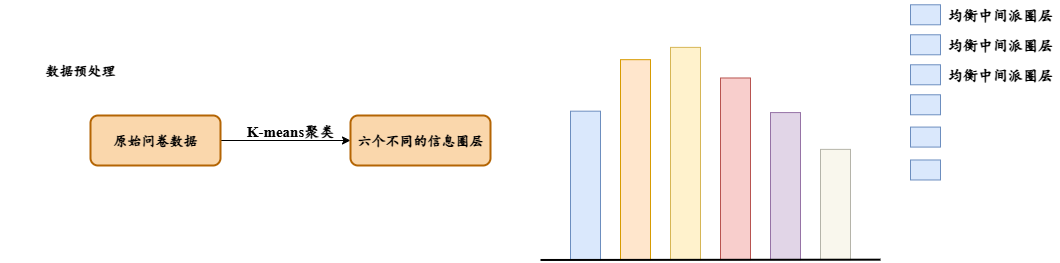
Before: data_process.drawio.png, a diagram exported from draw.io (GUMrkai/FairAgent). Source tidied: cells renumbered, new cells last; positions are measured from the earlier drawing's top-left corner, leaving out a move shared by most shapes.
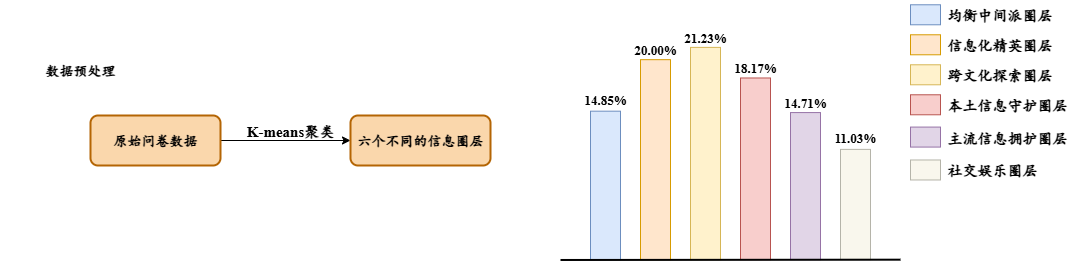
The same diagram one commit later.

The edit, as a diff of the source:
```diff
@@ -18,55 +18,82 @@
       <mxGeometry x="230" y="116" width="120" height="30" as="geometry" />
     </mxCell>
     <mxCell id="7" style="rounded=0;whiteSpace=wrap;html=1;fillColor=#dae8fc;strokeColor=#6c8ebf;" parent="1" vertex="1">
-      <mxGeometry x="570" y="111.7" width="30" height="148.5" as="geometry" />
+      <mxGeometry x="590" y="111.7" width="30" height="148.5" as="geometry" />
     </mxCell>
     <mxCell id="8" style="rounded=0;whiteSpace=wrap;html=1;fillColor=#ffe6cc;strokeColor=#d79b00;" parent="1" vertex="1">
-      <mxGeometry x="620" y="60.2" width="30" height="200" as="geometry" />
+      <mxGeometry x="640" y="60.2" width="30" height="200" as="geometry" />
     </mxCell>
     <mxCell id="9" style="rounded=0;whiteSpace=wrap;html=1;fillColor=#fff2cc;strokeColor=#d6b656;" parent="1" vertex="1">
-      <mxGeometry x="670" y="47.9" width="30" height="212.3" as="geometry" />
+      <mxGeometry x="690" y="47.9" width="30" height="212.3" as="geometry" />
     </mxCell>
     <mxCell id="10" style="rounded=0;whiteSpace=wrap;html=1;fillColor=#f8cecc;strokeColor=#b85450;" parent="1" vertex="1">
-      <mxGeometry x="720" y="78.5" width="30" height="181.7" as="geometry" />
+      <mxGeometry x="740" y="78.5" width="30" height="181.7" as="geometry" />
     </mxCell>
     <mxCell id="11" style="rounded=0;whiteSpace=wrap;html=1;fillColor=#e1d5e7;strokeColor=#9673a6;" parent="1" vertex="1">
-      <mxGeometry x="770" y="113.1" width="30" height="147.1" as="geometry" />
+      <mxGeometry x="790" y="113.1" width="30" height="147.1" as="geometry" />
     </mxCell>
     <mxCell id="12" style="rounded=0;whiteSpace=wrap;html=1;fillColor=#f9f7ed;strokeColor=#B5B4A9;" parent="1" vertex="1">
-      <mxGeometry x="820" y="149.9" width="30" height="110.3" as="geometry" />
+      <mxGeometry x="840" y="149.9" width="30" height="110.3" as="geometry" />
     </mxCell>
     <mxCell id="13" style="endArrow=none;html=1;rounded=1;curved=0;strokeWidth=2;" parent="1" edge="1">
       <mxGeometry relative="1" as="geometry">
-        <mxPoint x="540" y="260.5" as="sourcePoint" />
-        <mxPoint x="880" y="260.2" as="targetPoint" />
+        <mxPoint x="560" y="260.5" as="sourcePoint" />
+        <mxPoint x="900" y="260.2" as="targetPoint" />
       </mxGeometry>
     </mxCell>
-    <mxCell id="14" style="rounded=0;whiteSpace=wrap;html=1;fillColor=#dae8fc;strokeColor=#6c8ebf;" parent="1" vertex="1">
+    <mxCell id="14" style="rounded=0;whiteSpace=wrap;html=1;fillColor=#F8CECC;strokeColor=#B85450;" parent="1" vertex="1">
       <mxGeometry x="910" y="95.3" width="30" height="20" as="geometry" />
     </mxCell>
-    <mxCell id="15" style="rounded=0;whiteSpace=wrap;html=1;fillColor=#dae8fc;strokeColor=#6c8ebf;" parent="1" vertex="1">
+    <mxCell id="15" style="rounded=0;whiteSpace=wrap;html=1;fillColor=#E1D5E7;strokeColor=#9673A6;" parent="1" vertex="1">
       <mxGeometry x="910" y="127.6" width="30" height="20" as="geometry" />
     </mxCell>
-    <mxCell id="16" style="rounded=0;whiteSpace=wrap;html=1;fillColor=#dae8fc;strokeColor=#6c8ebf;" parent="1" vertex="1">
+    <mxCell id="16" style="rounded=0;whiteSpace=wrap;html=1;fillColor=#F9F7ED;strokeColor=#B5B4A9;" parent="1" vertex="1">
       <mxGeometry x="910" y="160.5" width="30" height="20" as="geometry" />
     </mxCell>
-    <mxCell id="17" style="rounded=0;whiteSpace=wrap;html=1;fillColor=#dae8fc;strokeColor=#6c8ebf;" parent="1" vertex="1">
+    <mxCell id="17" style="rounded=0;whiteSpace=wrap;html=1;fillColor=#FFF2CC;strokeColor=#D6B656;" parent="1" vertex="1">
       <mxGeometry x="910" y="65.3" width="30" height="20" as="geometry" />
     </mxCell>
-    <mxCell id="18" style="rounded=0;whiteSpace=wrap;html=1;fillColor=#dae8fc;strokeColor=#6c8ebf;" parent="1" vertex="1">
+    <mxCell id="18" style="rounded=0;whiteSpace=wrap;html=1;fillColor=#FFE6CC;strokeColor=#D79B00;" parent="1" vertex="1">
       <mxGeometry x="910" y="35.3" width="30" height="20" as="geometry" />
     </mxCell>
     <mxCell id="19" style="rounded=0;whiteSpace=wrap;html=1;fillColor=#dae8fc;strokeColor=#6c8ebf;" parent="1" vertex="1">
       <mxGeometry x="910" y="5.3" width="30" height="20" as="geometry" />
     </mxCell>
-    <mxCell id="20" value="均衡中间派圈层" style="text;html=1;align=center;verticalAlign=middle;whiteSpace=wrap;rounded=0;fontFamily=楷体;fontStyle=1;fontSize=15;" parent="1" vertex="1">
-      <mxGeometry x="940" y="0.3" width="120" height="30" as="geometry" />
+    <mxCell id="20" value="均衡中间派圈层" style="text;html=1;align=left;verticalAlign=middle;whiteSpace=wrap;rounded=0;fontFamily=楷体;fontStyle=1;fontSize=15;" parent="1" vertex="1">
+      <mxGeometry x="945" y="0.3" width="120" height="30" as="geometry" />
     </mxCell>
-    <mxCell id="21" value="均衡中间派圈层" style="text;html=1;align=center;verticalAlign=middle;whiteSpace=wrap;rounded=0;fontFamily=楷体;fontStyle=1;fontSize=15;" parent="1" vertex="1">
-      <mxGeometry x="940" y="30.3" width="120" height="30" as="geometry" />
+    <mxCell id="21" value="信息化精英圈层" style="text;html=1;align=left;verticalAlign=middle;whiteSpace=wrap;rounded=0;fontFamily=楷体;fontStyle=1;fontSize=15;" parent="1" vertex="1">
+      <mxGeometry x="945" y="30.2" width="120" height="30" as="geometry" />
     </mxCell>
-    <mxCell id="22" value="均衡中间派圈层" style="text;html=1;align=center;verticalAlign=middle;whiteSpace=wrap;rounded=0;fontFamily=楷体;fontStyle=1;fontSize=15;" parent="1" vertex="1">
-      <mxGeometry x="940" y="60.3" width="120" height="30" as="geometry" />
+    <mxCell id="22" value="跨文化探索圈层" style="text;html=1;align=left;verticalAlign=middle;whiteSpace=wrap;rounded=0;fontFamily=楷体;fontStyle=1;fontSize=15;" parent="1" vertex="1">
+      <mxGeometry x="945" y="60.3" width="120" height="30" as="geometry" />
     </mxCell>
+    <mxCell id="23" value="本土信息守护圈层" style="text;html=1;align=left;verticalAlign=middle;whiteSpace=wrap;rounded=0;fontFamily=楷体;fontStyle=1;fontSize=15;" parent="1" vertex="1">
+      <mxGeometry x="945" y="90.3" width="130" height="30" as="geometry" />
+    </mxCell>
+    <mxCell id="24" value="主流信息拥护圈层" style="text;html=1;align=left;verticalAlign=middle;whiteSpace=wrap;rounded=0;fontFamily=楷体;fontStyle=1;fontSize=15;" parent="1" vertex="1">
+      <mxGeometry x="945" y="122.6" width="130" height="30" as="geometry" />
+    </mxCell>
+    <mxCell id="25" value="社交娱乐圈层" style="text;html=1;align=left;verticalAlign=middle;whiteSpace=wrap;rounded=0;fontFamily=楷体;fontStyle=1;fontSize=15;" parent="1" vertex="1">
+      <mxGeometry x="945" y="155.5" width="120" height="30" as="geometry" />
+    </mxCell>
+    <mxCell id="26" value="&lt;font face=&quot;Times New Roman&quot;&gt;14.85%&lt;/font&gt;" style="text;html=1;align=center;verticalAlign=middle;whiteSpace=wrap;rounded=0;fontFamily=楷体;fontStyle=1;fontSize=13;" parent="1" vertex="1">
+      <mxGeometry x="580" y="90.3" width="50" height="20" as="geometry" />
+    </mxCell>
+    <mxCell id="27" value="&lt;font face=&quot;Times New Roman&quot;&gt;20.00%&lt;/font&gt;" style="text;html=1;align=center;verticalAlign=middle;whiteSpace=wrap;rounded=0;fontFamily=楷体;fontStyle=1;fontSize=13;" parent="1" vertex="1">
+      <mxGeometry x="630" y="40.3" width="50" height="20" as="geometry" />
+    </mxCell>
+    <mxCell id="28" value="&lt;font face=&quot;Times New Roman&quot;&gt;21.23%&lt;/font&gt;" style="text;html=1;align=center;verticalAlign=middle;whiteSpace=wrap;rounded=0;fontFamily=楷体;fontStyle=1;fontSize=13;" parent="1" vertex="1">
+      <mxGeometry x="680" y="27.9" width="50" height="20" as="geometry" />
+    </mxCell>
+    <mxCell id="29" value="&lt;font face=&quot;Times New Roman&quot;&gt;18.17%&lt;/font&gt;" style="text;html=1;align=center;verticalAlign=middle;whiteSpace=wrap;rounded=0;fontFamily=楷体;fontStyle=1;fontSize=13;" parent="1" vertex="1">
+      <mxGeometry x="730" y="58.5" width="50" height="20" as="geometry" />
+    </mxCell>
+    <mxCell id="30" value="&lt;font face=&quot;Times New Roman&quot;&gt;14.71%&lt;/font&gt;" style="text;html=1;align=center;verticalAlign=middle;whiteSpace=wrap;rounded=0;fontFamily=楷体;fontStyle=1;fontSize=13;" parent="1" vertex="1">
+      <mxGeometry x="780" y="93.1" width="50" height="20" as="geometry" />
+    </mxCell>
+    <mxCell id="31" value="&lt;font face=&quot;Times New Roman&quot;&gt;11.03%&lt;/font&gt;" style="text;html=1;align=center;verticalAlign=middle;whiteSpace=wrap;rounded=0;fontFamily=楷体;fontStyle=1;fontSize=13;" parent="1" vertex="1">
+      <mxGeometry x="830" y="127.6" width="50" height="20" as="geometry" />
+    </mxCell>
   </root>
 </mxGraphModel>
```
